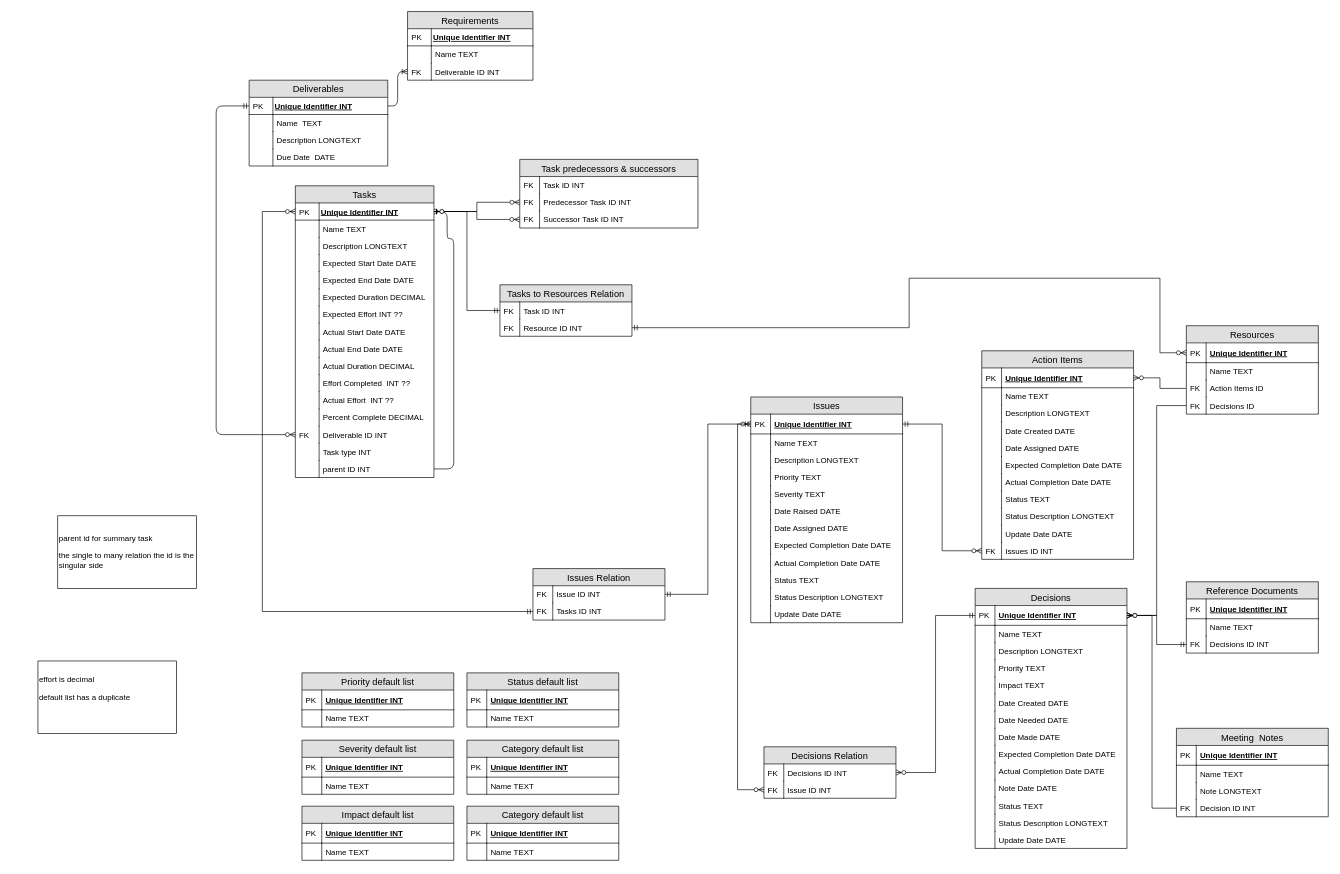
Before: ERD.drawio in alicebalayan/comp380---project3, a draw.io diagram. Source tidied: cells renumbered, new cells numbered last; positions are measured from the earlier drawing's top-left corner, leaving out a move shared by most shapes. Both pictures are drawn from the tidied source at 66%, with x=0, y=0 at pixel (38, 11).
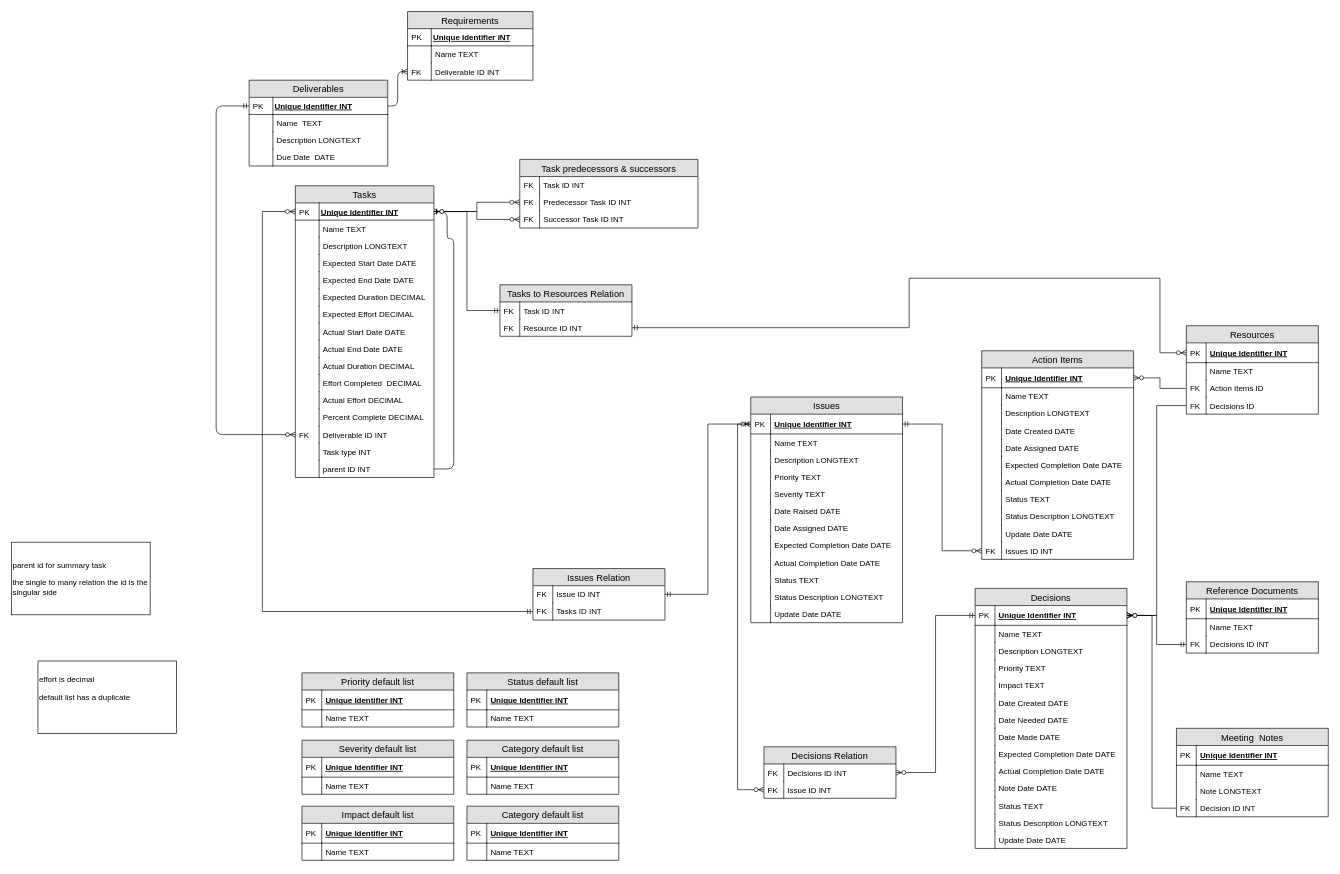
The same diagram, later.

The change refers to these unchanged cells:
```xml
<mxCell id="93" value="Tasks" style="swimlane;fontStyle=0;horizontal=1;startSize=26;fontSize=14;fillColor=#e0e0e0;swimlaneFillColor=#ffffff;" parent="1" vertex="1">
  <mxGeometry x="390" y="264" width="210" height="442" as="geometry" />
</mxCell>
```

Change to the diagram source:
```diff
@@
-    <mxCell id="106" value="Expected Effort INT ??" style="shape=partialRectangle;top=0;left=0;right=0;bottom=0;align=left;verticalAlign=top;fillColor=none;spacingLeft=40;spacingRight=4;overflow=hidden;rounded=0;shadow=0;strokeWidth=1;" parent="93" vertex="1">
+    <mxCell id="106" value="Expected Effort DECIMAL" style="shape=partialRectangle;top=0;left=0;right=0;bottom=0;align=left;verticalAlign=top;fillColor=none;spacingLeft=40;spacingRight=4;overflow=hidden;rounded=0;shadow=0;strokeWidth=1;" parent="93" vertex="1">
       <mxGeometry y="182" width="210" height="26" as="geometry" />
     </mxCell>
@@
-    <mxCell id="114" value="Effort Completed  INT ??" style="shape=partialRectangle;top=0;left=0;right=0;bottom=0;align=left;verticalAlign=top;fillColor=none;spacingLeft=40;spacingRight=4;overflow=hidden;rounded=0;shadow=0;strokeWidth=1;" parent="93" vertex="1">
+    <mxCell id="114" value="Effort Completed  DECIMAL" style="shape=partialRectangle;top=0;left=0;right=0;bottom=0;align=left;verticalAlign=top;fillColor=none;spacingLeft=40;spacingRight=4;overflow=hidden;rounded=0;shadow=0;strokeWidth=1;" parent="93" vertex="1">
       <mxGeometry y="286" width="210" height="26" as="geometry" />
     </mxCell>
@@
-    <mxCell id="116" value="Actual Effort  INT ??" style="shape=partialRectangle;top=0;left=0;right=0;bottom=0;align=left;verticalAlign=top;fillColor=none;spacingLeft=40;spacingRight=4;overflow=hidden;rounded=0;shadow=0;strokeWidth=1;" parent="93" vertex="1">
+    <mxCell id="116" value="Actual Effort DECIMAL" style="shape=partialRectangle;top=0;left=0;right=0;bottom=0;align=left;verticalAlign=top;fillColor=none;spacingLeft=40;spacingRight=4;overflow=hidden;rounded=0;shadow=0;strokeWidth=1;" parent="93" vertex="1">
       <mxGeometry y="312" width="210" height="26" as="geometry" />
     </mxCell>
@@
     <mxCell id="173" value="&lt;p class=&quot;Paragraph&quot;&gt;parent id for summary task&amp;nbsp;&lt;br&gt;&lt;/p&gt;&lt;p class=&quot;Paragraph&quot;&gt;the single to many relation the id is the singular side&amp;nbsp;&lt;/p&gt;" style="rounded=0;whiteSpace=wrap;html=1;align=left;" parent="1" vertex="1">
-      <mxGeometry x="30" y="764" width="210" height="110" as="geometry" />
+      <mxGeometry x="-40" y="804" width="210" height="110" as="geometry" />
     </mxCell>
```
